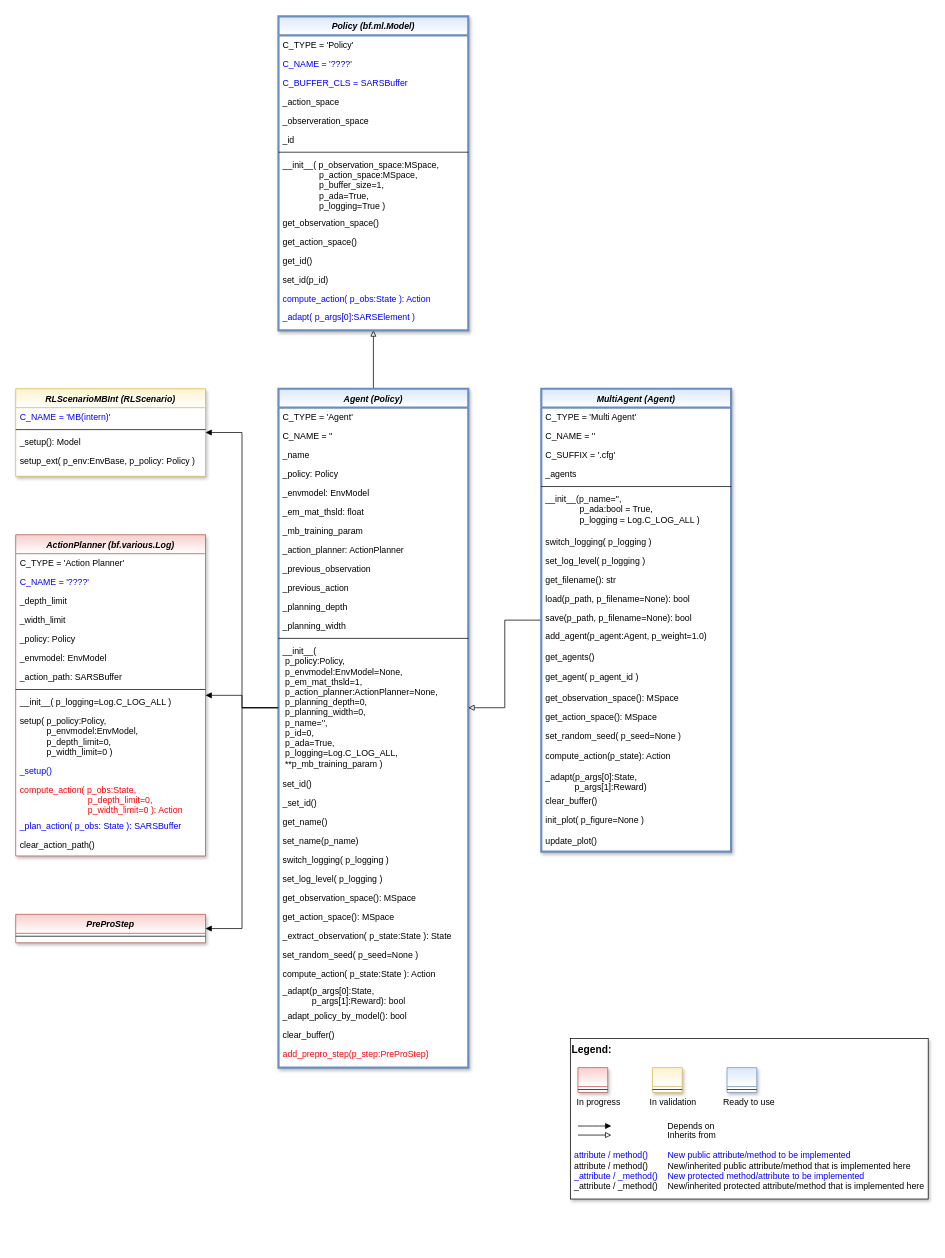
Above: doc/rtd/content/append2/core/images/rl/03_agents/MLPro-RL-Agents_class_diagram.drawio in fhswf/MLPro (draw.io), before the change. Source tidied: cells renumbered, new cells numbered last; positions are measured from the earlier drawing's top-left corner, leaving out a move shared by most shapes. Both pictures are drawn from the tidied source at 73%, with x=0, y=0 at pixel (15, 16).
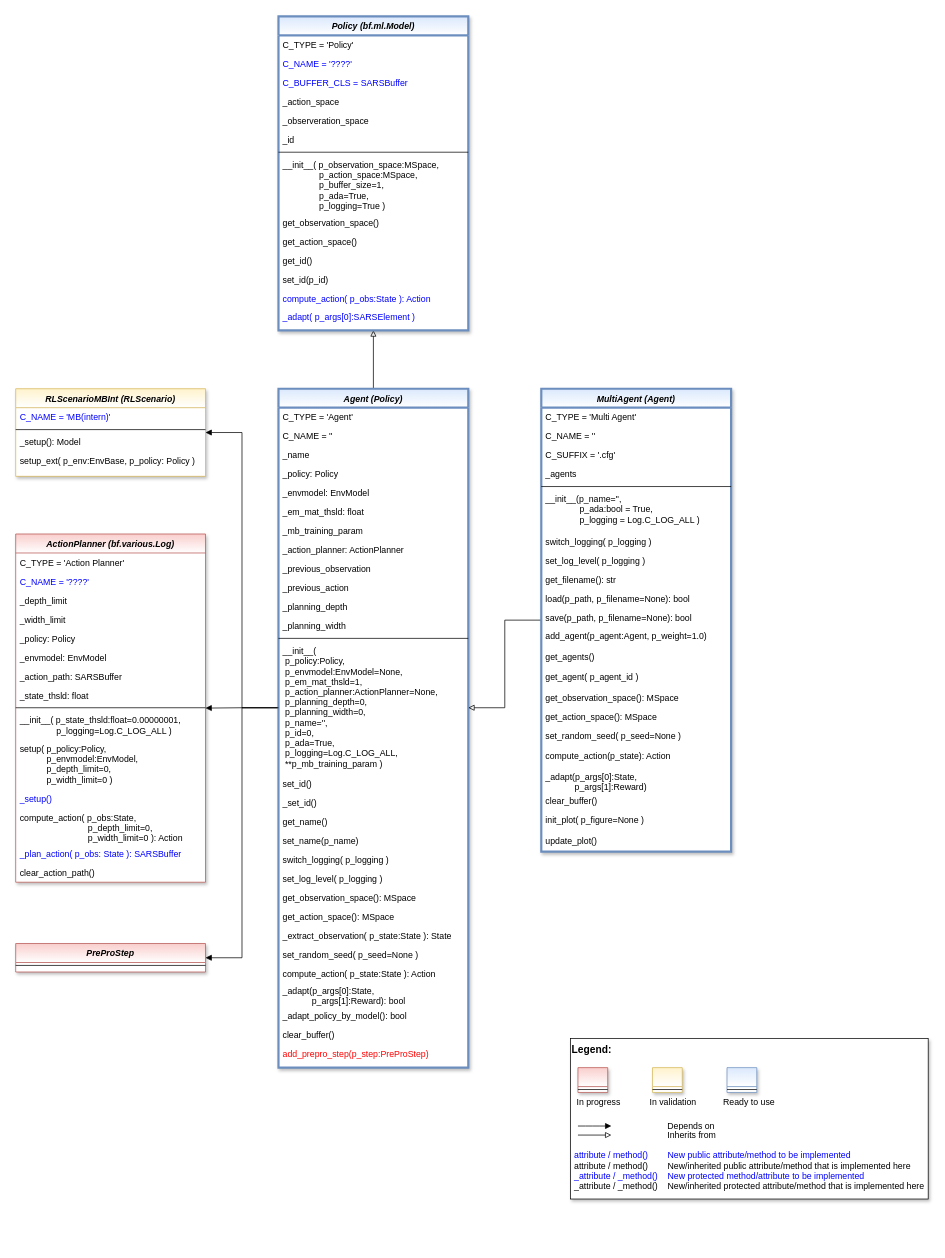
Above is the later version.

Commit message (it also covers changes not shown here):
RL: ActionPlanner completed

Unchanged cells that the change refers to:
```xml
<mxCell id="19" value="__init__(&#10; p_policy:Policy,&#10; p_envmodel:EnvModel=None,&#10; p_em_mat_thsld=1,&#10; p_action_planner:ActionPlanner=None,&#10; p_planning_depth=0,&#10; p_planning_width=0,&#10; p_name='',&#10; p_id=0,&#10; p_ada=True, &#10; p_logging=Log.C_LOG_ALL,&#10; **p_mb_training_param )" style="text;align=left;verticalAlign=top;spacingLeft=4;spacingRight=4;overflow=hidden;points=[[0,0.5],[1,0.5]];portConstraint=eastwest;" parent="5" vertex="1">
  <mxGeometry y="346" width="260" height="182" as="geometry" />
</mxCell>
```

What changed in the source:
```diff
@@
     <mxCell id="74" value="PreProStep" style="swimlane;fontStyle=3;align=center;verticalAlign=top;horizontal=1;startSize=26;rounded=0;shadow=1;strokeWidth=1;fillColor=#f8cecc;strokeColor=#b85450;gradientColor=#ffffff;swimlaneFillColor=#ffffff;" parent="1" vertex="1">
-      <mxGeometry y="1230" width="260" height="39" as="geometry" />
+      <mxGeometry y="1270" width="260" height="39" as="geometry" />
     </mxCell>
@@
     <mxCell id="76" value="ActionPlanner (bf.various.Log)" style="swimlane;fontStyle=3;align=center;verticalAlign=top;horizontal=1;startSize=26;rounded=0;shadow=1;strokeWidth=1;fillColor=#f8cecc;strokeColor=#b85450;swimlaneFillColor=#ffffff;gradientColor=#ffffff;" parent="1" vertex="1">
-      <mxGeometry y="710" width="260" height="440" as="geometry" />
+      <mxGeometry y="709" width="260" height="477" as="geometry" />
     </mxCell>
@@
+    <mxCell id="107" value="_state_thsld: float" style="text;align=left;verticalAlign=top;spacingLeft=4;spacingRight=4;overflow=hidden;" parent="76" vertex="1">
+      <mxGeometry y="208" width="260" height="26" as="geometry" />
+    </mxCell>
     <mxCell id="84" style="line;html=1;strokeWidth=1;align=left;verticalAlign=middle;spacingTop=-1;spacingLeft=3;spacingRight=3;labelPosition=right;" parent="76" vertex="1">
-      <mxGeometry y="208" width="260" height="8" as="geometry" />
+      <mxGeometry y="234" width="260" height="8" as="geometry" />
     </mxCell>
-    <mxCell id="85" value="__init__( p_logging=Log.C_LOG_ALL )" style="text;align=left;verticalAlign=top;spacingLeft=4;spacingRight=4;overflow=hidden;" parent="76" vertex="1">
-      <mxGeometry y="216" width="260" height="26" as="geometry" />
+    <mxCell id="85" value="__init__( p_state_thsld:float=0.00000001, &#10;               p_logging=Log.C_LOG_ALL )" style="text;align=left;verticalAlign=top;spacingLeft=4;spacingRight=4;overflow=hidden;" parent="76" vertex="1">
+      <mxGeometry y="242" width="260" height="39" as="geometry" />
     </mxCell>
     <mxCell id="86" value="setup( p_policy:Policy,  &#10;           p_envmodel:EnvModel,&#10;           p_depth_limit=0,&#10;           p_width_limit=0 )" style="text;align=left;verticalAlign=top;spacingLeft=4;spacingRight=4;overflow=hidden;" parent="76" vertex="1">
-      <mxGeometry y="242" width="260" height="68" as="geometry" />
+      <mxGeometry y="281" width="260" height="68" as="geometry" />
     </mxCell>
     <mxCell id="87" value="_setup()" style="text;align=left;verticalAlign=top;spacingLeft=4;spacingRight=4;overflow=hidden;fontColor=#0000FF;" parent="76" vertex="1">
-      <mxGeometry y="310" width="260" height="26" as="geometry" />
+      <mxGeometry y="349" width="260" height="26" as="geometry" />
     </mxCell>
-    <mxCell id="88" value="compute_action( p_obs:State,&#10;                            p_depth_limit=0,&#10;                            p_width_limit=0 ): Action" style="text;align=left;verticalAlign=top;spacingLeft=4;spacingRight=4;overflow=hidden;fontColor=#FF0000;" parent="76" vertex="1">
-      <mxGeometry y="336" width="260" height="50" as="geometry" />
+    <mxCell id="88" value="compute_action( p_obs:State,&#10;                            p_depth_limit=0,&#10;                            p_width_limit=0 ): Action" style="text;align=left;verticalAlign=top;spacingLeft=4;spacingRight=4;overflow=hidden;" parent="76" vertex="1">
+      <mxGeometry y="375" width="260" height="50" as="geometry" />
     </mxCell>
     <mxCell id="89" value="_plan_action( p_obs: State ): SARSBuffer" style="text;align=left;verticalAlign=top;spacingLeft=4;spacingRight=4;overflow=hidden;fontColor=#0000FF;" parent="76" vertex="1">
-      <mxGeometry y="386" width="260" height="26" as="geometry" />
+      <mxGeometry y="425" width="260" height="26" as="geometry" />
     </mxCell>
     <mxCell id="90" value="clear_action_path()" style="text;align=left;verticalAlign=top;spacingLeft=4;spacingRight=4;overflow=hidden;" parent="76" vertex="1">
-      <mxGeometry y="412" width="260" height="26" as="geometry" />
+      <mxGeometry y="451" width="260" height="26" as="geometry" />
     </mxCell>
@@
     <mxCell id="106" style="edgeStyle=orthogonalEdgeStyle;rounded=0;jettySize=auto;html=1;fontColor=#000000;endArrow=block;endFill=1;entryX=1;entryY=0.5;entryDx=0;entryDy=0;" parent="1" edge="1" source="19" target="74">
       <mxGeometry relative="1" as="geometry">
         <Array as="points">
           <mxPoint x="310" y="947" />
-          <mxPoint x="310" y="1250" />
+          <mxPoint x="310" y="1290" />
         </Array>
       </mxGeometry>
     </mxCell>
```
